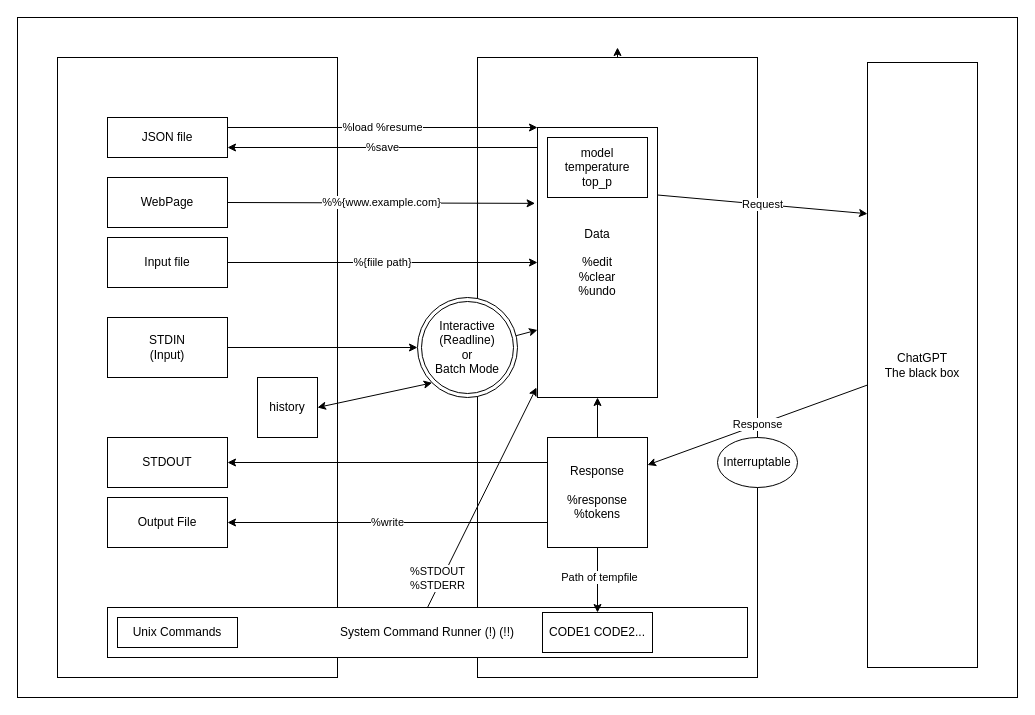
kojix2/chatgpt-cli keeps this draw.io diagram as docs/overview.drawio. Above is the earlier version. Source tidied: cells renumbered, new cells numbered last; positions are measured from the earlier drawing's top-left corner, leaving out a move shared by most shapes. Both pictures are drawn from the tidied source at 100%, with x=0, y=0 at pixel (17, 17).
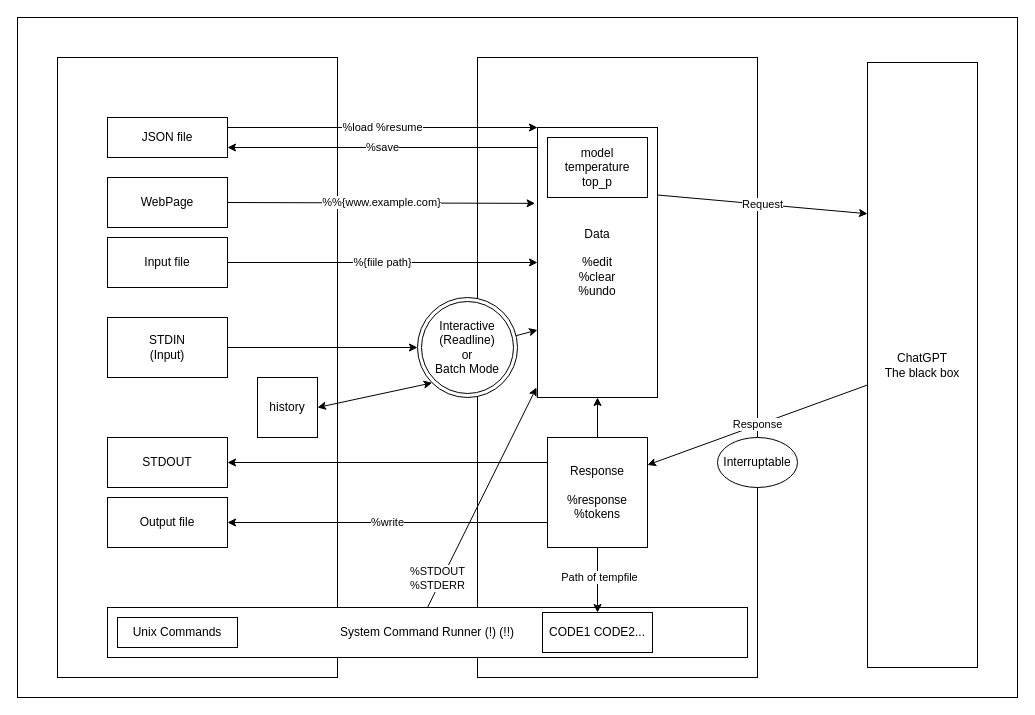
After the change.

The change refers to these unchanged cells:
```xml
<mxCell id="4" style="rounded=0;whiteSpace=wrap;html=1;" parent="1" vertex="1">
  <mxGeometry x="460" y="40" width="280" height="620" as="geometry" />
</mxCell>
```

Change to the diagram source:
```diff
@@
-    <mxCell id="3" style="edgeStyle=none;html=1;exitX=0.5;exitY=0;exitDx=0;exitDy=0;" parent="1" edge="1" source="4">
-      <mxGeometry relative="1" as="geometry">
-        <mxPoint x="600" y="30" as="targetPoint" />
-      </mxGeometry>
-    </mxCell>
@@
-    <mxCell id="30" value="Output File" style="rounded=0;whiteSpace=wrap;html=1;" parent="1" vertex="1">
+    <mxCell id="30" value="Output file" style="rounded=0;whiteSpace=wrap;html=1;" parent="1" vertex="1">
       <mxGeometry x="90" y="480" width="120" height="50" as="geometry" />
     </mxCell>
```
